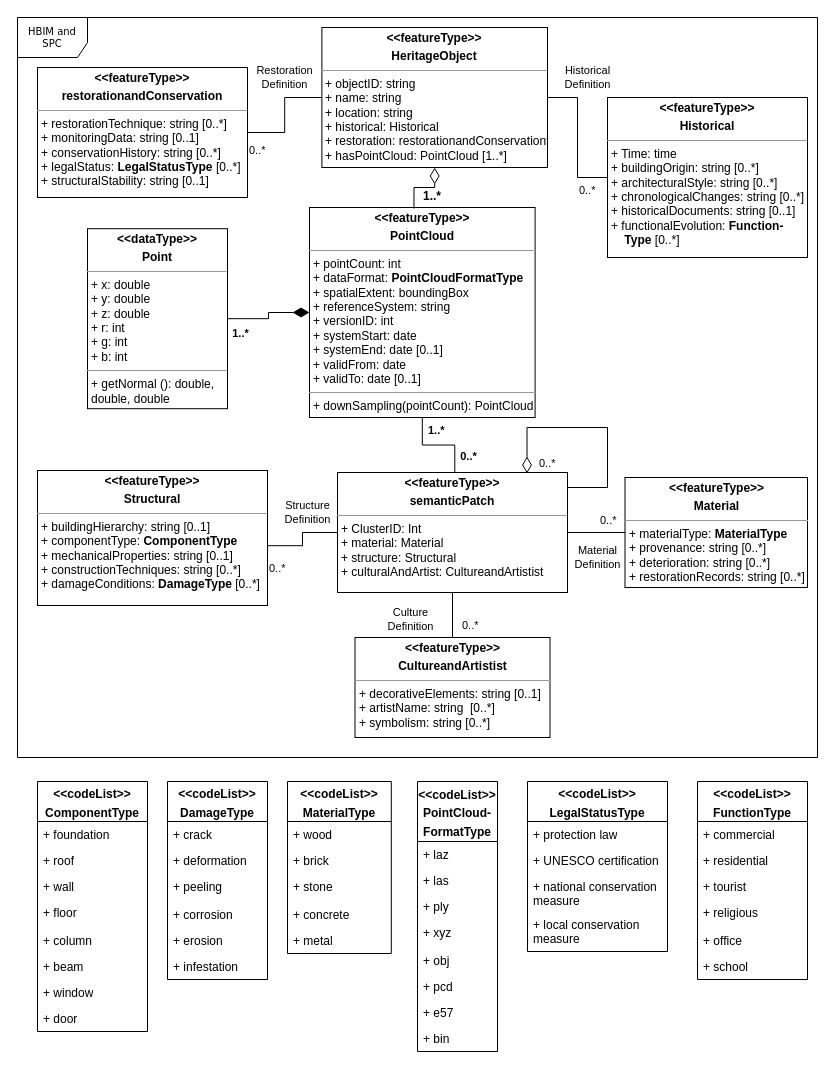
Above: Untitled Diagram.drawio in Zhuoyuee/thesis (draw.io), before the change. Source tidied: cells renumbered, new cells numbered last; positions are measured from the earlier drawing's top-left corner, leaving out a move shared by most shapes. Both pictures are drawn from the tidied source at 100%, with x=0, y=0 at pixel (17, 17).
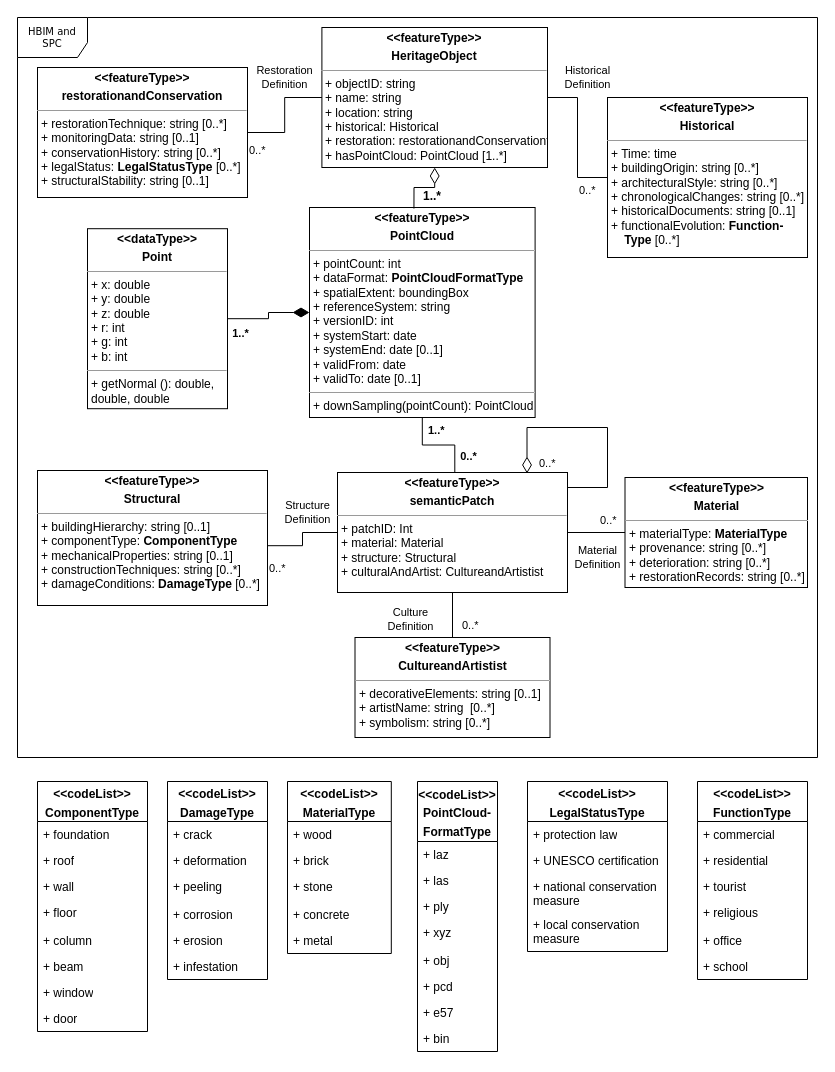
The same diagram, later.

Change to the diagram source:
```diff
@@
-    <mxCell id="8" value="&lt;p style=&quot;margin:0px;margin-top:4px;text-align:center;&quot;&gt;&lt;b&gt;&amp;lt;&amp;lt;featureType&amp;gt;&amp;gt;&lt;/b&gt;&lt;b&gt;&lt;/b&gt;&lt;/p&gt;&lt;p style=&quot;margin:0px;margin-top:4px;text-align:center;&quot;&gt;&lt;b&gt;semanticPatch&lt;/b&gt;&lt;/p&gt;&lt;hr size=&quot;1&quot;&gt;&lt;p style=&quot;margin:0px;margin-left:4px;&quot;&gt;+ ClusterID: Int&lt;/p&gt;&lt;p style=&quot;margin:0px;margin-left:4px;&quot;&gt;+ material: Material&lt;br&gt;&lt;/p&gt;&lt;p style=&quot;margin:0px;margin-left:4px;&quot;&gt;+ structure: Structural&lt;/p&gt;&lt;p style=&quot;margin:0px;margin-left:4px;&quot;&gt;&lt;span style=&quot;background-color: transparent;&quot;&gt;+ culturalAndArtist:&amp;nbsp;&lt;/span&gt;&lt;span style=&quot;background-color: transparent; color: light-dark(rgb(0, 0, 0), rgb(255, 255, 255)); text-align: center;&quot;&gt;CultureandArtistist&lt;/span&gt;&lt;/p&gt;" style="verticalAlign=top;align=left;overflow=fill;fontSize=12;fontFamily=Helvetica;html=1;rounded=0;shadow=0;comic=0;labelBackgroundColor=none;strokeWidth=1;" parent="1" vertex="1">
+    <mxCell id="8" value="&lt;p style=&quot;margin:0px;margin-top:4px;text-align:center;&quot;&gt;&lt;b&gt;&amp;lt;&amp;lt;featureType&amp;gt;&amp;gt;&lt;/b&gt;&lt;b&gt;&lt;/b&gt;&lt;/p&gt;&lt;p style=&quot;margin:0px;margin-top:4px;text-align:center;&quot;&gt;&lt;b&gt;semanticPatch&lt;/b&gt;&lt;/p&gt;&lt;hr size=&quot;1&quot;&gt;&lt;p style=&quot;margin:0px;margin-left:4px;&quot;&gt;+ patchID: Int&lt;/p&gt;&lt;p style=&quot;margin:0px;margin-left:4px;&quot;&gt;+ material: Material&lt;br&gt;&lt;/p&gt;&lt;p style=&quot;margin:0px;margin-left:4px;&quot;&gt;+ structure: Structural&lt;/p&gt;&lt;p style=&quot;margin:0px;margin-left:4px;&quot;&gt;&lt;span style=&quot;background-color: transparent;&quot;&gt;+ culturalAndArtist:&amp;nbsp;&lt;/span&gt;&lt;span style=&quot;background-color: transparent; color: light-dark(rgb(0, 0, 0), rgb(255, 255, 255)); text-align: center;&quot;&gt;CultureandArtistist&lt;/span&gt;&lt;/p&gt;" style="verticalAlign=top;align=left;overflow=fill;fontSize=12;fontFamily=Helvetica;html=1;rounded=0;shadow=0;comic=0;labelBackgroundColor=none;strokeWidth=1;" parent="1" vertex="1">
       <mxGeometry x="320" y="455" width="230" height="120" as="geometry" />
     </mxCell>
```
